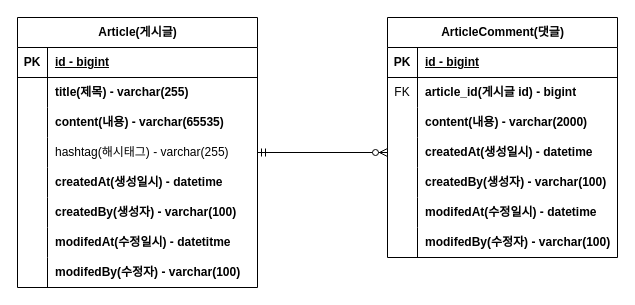
Earlier version of the draw.io diagram document/제목 없는 다이어그램.drawio (virtue14/SuperGapPackage). Source tidied: cells renumbered, new cells numbered last; positions are measured from the earlier drawing's top-left corner, leaving out a move shared by most shapes. Both pictures are drawn from the tidied source at 100%, with x=0, y=0 at pixel (17, 17).
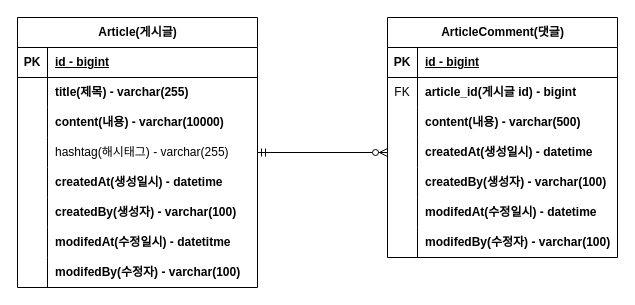
After the change.

Commit message:
#9 - erd 업데이트: content 사이즈 변경

Unchanged cells that the change refers to:
```xml
<mxCell id="9" style="shape=tableRow;horizontal=0;startSize=0;swimlaneHead=0;swimlaneBody=0;fillColor=none;top=0;left=0;right=0;bottom=0;" parent="2" vertex="1">
  <mxGeometry y="90" width="240" height="30" as="geometry" />
</mxCell>
<mxCell id="34" style="shape=tableRow;horizontal=0;startSize=0;swimlaneHead=0;swimlaneBody=0;fillColor=none;top=0;left=0;right=0;bottom=0;" parent="27" vertex="1">
  <mxGeometry y="90" width="230" height="30" as="geometry" />
</mxCell>
```

What changed in the source:
```diff
@@
-    <mxCell id="11" value="content(내용) - varchar(65535)" style="shape=partialRectangle;fillColor=none;top=0;left=0;bottom=0;right=0;align=left;spacingLeft=6;overflow=hidden;whiteSpace=wrap;html=1;fontStyle=1;" parent="9" vertex="1">
+    <mxCell id="11" value="content(내용) - varchar(10000)" style="shape=partialRectangle;fillColor=none;top=0;left=0;bottom=0;right=0;align=left;spacingLeft=6;overflow=hidden;whiteSpace=wrap;html=1;fontStyle=1;" parent="9" vertex="1">
       <mxGeometry x="30" width="210" height="30" as="geometry" />
     </mxCell>
@@
-    <mxCell id="36" value="content(내용) - varchar(2000)" style="shape=partialRectangle;fillColor=none;top=0;left=0;bottom=0;right=0;align=left;spacingLeft=6;overflow=hidden;whiteSpace=wrap;html=1;fontStyle=1;" parent="34" vertex="1">
+    <mxCell id="36" value="content(내용) - varchar(500)" style="shape=partialRectangle;fillColor=none;top=0;left=0;bottom=0;right=0;align=left;spacingLeft=6;overflow=hidden;whiteSpace=wrap;html=1;fontStyle=1;" parent="34" vertex="1">
       <mxGeometry x="30" width="200" height="30" as="geometry" />
     </mxCell>
```
